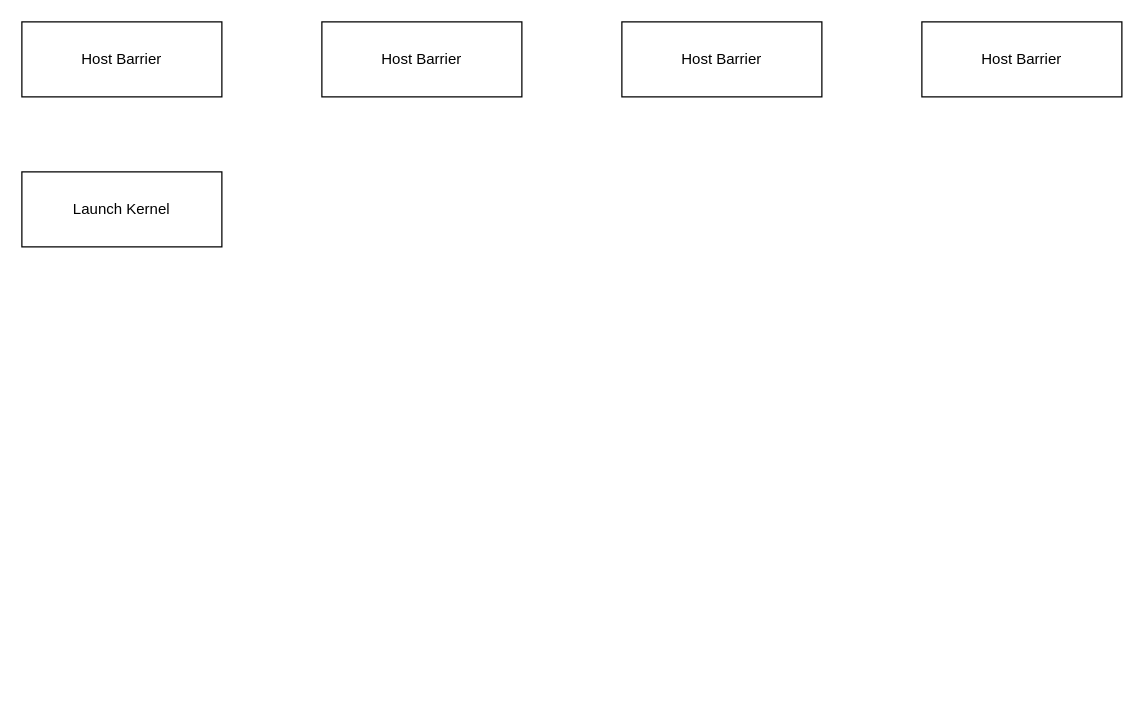
BEYHHH/SBLP keeps this draw.io diagram as Patent/CardAllreudceOnHost.drawio. Above is the earlier version. Source tidied: cells renumbered, new cells numbered last; positions are measured from the earlier drawing's top-left corner, leaving out a move shared by most shapes. Both pictures are drawn from the tidied source at 125%, with x=0, y=0 at pixel (21, 21).
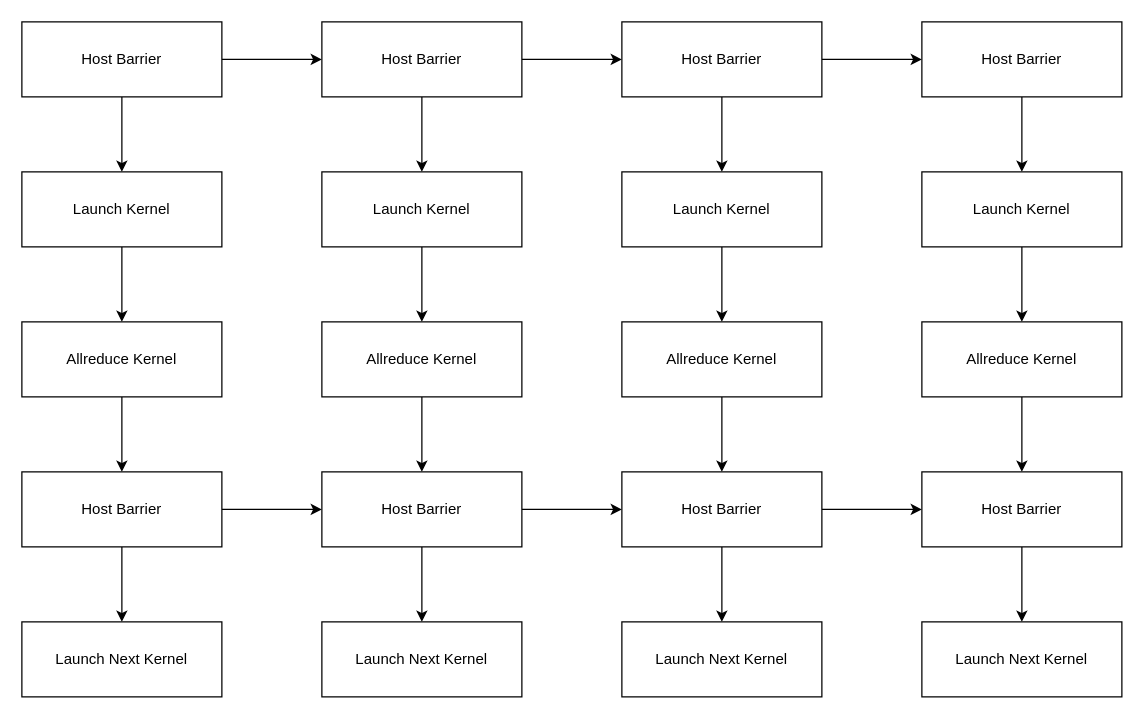
The same diagram, later.

The change refers to these unchanged cells:
```xml
<mxCell id="2" value="Host Barrier" style="rounded=0;whiteSpace=wrap;html=1;" parent="1" vertex="1">
  <mxGeometry width="160" height="60" as="geometry" />
</mxCell>
<mxCell id="6" value="Launch Kernel" style="rounded=0;whiteSpace=wrap;html=1;" parent="1" vertex="1">
  <mxGeometry y="120" width="160" height="60" as="geometry" />
</mxCell>
```

Change to the diagram source:
```diff
@@
+    <mxCell id="7" style="edgeStyle=orthogonalEdgeStyle;rounded=0;jettySize=auto;html=1;" parent="1" edge="1" source="2" target="6">
+      <mxGeometry relative="1" as="geometry" />
+    </mxCell>
+    <mxCell id="8" style="edgeStyle=orthogonalEdgeStyle;rounded=0;jettySize=auto;html=1;" parent="1" edge="1" source="2" target="18">
+      <mxGeometry relative="1" as="geometry" />
+    </mxCell>
@@
-    <mxCell id="3" value="Host Barrier" style="rounded=0;whiteSpace=wrap;html=1;" parent="1" vertex="1">
-      <mxGeometry x="240" width="160" height="60" as="geometry" />
-    </mxCell>
-    <mxCell id="4" value="Host Barrier" style="rounded=0;whiteSpace=wrap;html=1;" parent="1" vertex="1">
-      <mxGeometry x="480" width="160" height="60" as="geometry" />
-    </mxCell>
-    <mxCell id="5" value="Host Barrier" style="rounded=0;whiteSpace=wrap;html=1;" parent="1" vertex="1">
-      <mxGeometry x="720" width="160" height="60" as="geometry" />
-    </mxCell>
+    <mxCell id="9" style="edgeStyle=orthogonalEdgeStyle;rounded=0;jettySize=auto;html=1;" parent="1" edge="1" source="6" target="11">
+      <mxGeometry relative="1" as="geometry" />
+    </mxCell>
@@
+    <mxCell id="10" style="edgeStyle=orthogonalEdgeStyle;rounded=0;jettySize=auto;html=1;" parent="1" edge="1" source="11" target="14">
+      <mxGeometry relative="1" as="geometry" />
+    </mxCell>
+    <mxCell id="11" value="Allreduce Kernel" style="rounded=0;whiteSpace=wrap;html=1;" parent="1" vertex="1">
+      <mxGeometry y="240" width="160" height="60" as="geometry" />
+    </mxCell>
+    <mxCell id="12" style="edgeStyle=orthogonalEdgeStyle;rounded=0;jettySize=auto;html=1;" parent="1" edge="1" source="14" target="15">
+      <mxGeometry relative="1" as="geometry" />
+    </mxCell>
+    <mxCell id="13" style="edgeStyle=orthogonalEdgeStyle;rounded=0;jettySize=auto;html=1;" parent="1" edge="1" source="14" target="25">
+      <mxGeometry relative="1" as="geometry" />
+    </mxCell>
+    <mxCell id="14" value="Host Barrier" style="rounded=0;whiteSpace=wrap;html=1;" parent="1" vertex="1">
+      <mxGeometry y="360" width="160" height="60" as="geometry" />
+    </mxCell>
+    <mxCell id="15" value="Launch Next Kernel" style="rounded=0;whiteSpace=wrap;html=1;" parent="1" vertex="1">
+      <mxGeometry y="480" width="160" height="60" as="geometry" />
+    </mxCell>
+    <mxCell id="16" style="edgeStyle=orthogonalEdgeStyle;rounded=0;jettySize=auto;html=1;" parent="1" edge="1" source="18" target="20">
+      <mxGeometry relative="1" as="geometry" />
+    </mxCell>
+    <mxCell id="17" style="edgeStyle=orthogonalEdgeStyle;rounded=0;jettySize=auto;html=1;" parent="1" edge="1" source="18" target="29">
+      <mxGeometry relative="1" as="geometry" />
+    </mxCell>
+    <mxCell id="18" value="Host Barrier" style="rounded=0;whiteSpace=wrap;html=1;" parent="1" vertex="1">
+      <mxGeometry x="240" width="160" height="60" as="geometry" />
+    </mxCell>
+    <mxCell id="19" style="edgeStyle=orthogonalEdgeStyle;rounded=0;jettySize=auto;html=1;" parent="1" edge="1" source="20" target="22">
+      <mxGeometry relative="1" as="geometry" />
+    </mxCell>
+    <mxCell id="20" value="Launch Kernel" style="rounded=0;whiteSpace=wrap;html=1;" parent="1" vertex="1">
+      <mxGeometry x="240" y="120" width="160" height="60" as="geometry" />
+    </mxCell>
+    <mxCell id="21" style="edgeStyle=orthogonalEdgeStyle;rounded=0;jettySize=auto;html=1;" parent="1" edge="1" source="22" target="25">
+      <mxGeometry relative="1" as="geometry" />
+    </mxCell>
+    <mxCell id="22" value="Allreduce Kernel" style="rounded=0;whiteSpace=wrap;html=1;" parent="1" vertex="1">
+      <mxGeometry x="240" y="240" width="160" height="60" as="geometry" />
+    </mxCell>
+    <mxCell id="23" style="edgeStyle=orthogonalEdgeStyle;rounded=0;jettySize=auto;html=1;" parent="1" edge="1" source="25" target="26">
+      <mxGeometry relative="1" as="geometry" />
+    </mxCell>
+    <mxCell id="24" style="edgeStyle=orthogonalEdgeStyle;rounded=0;jettySize=auto;html=1;" parent="1" edge="1" source="25" target="36">
+      <mxGeometry relative="1" as="geometry" />
+    </mxCell>
+    <mxCell id="25" value="Host Barrier" style="rounded=0;whiteSpace=wrap;html=1;" parent="1" vertex="1">
+      <mxGeometry x="240" y="360" width="160" height="60" as="geometry" />
+    </mxCell>
+    <mxCell id="26" value="Launch Next Kernel" style="rounded=0;whiteSpace=wrap;html=1;" parent="1" vertex="1">
+      <mxGeometry x="240" y="480" width="160" height="60" as="geometry" />
+    </mxCell>
+    <mxCell id="27" style="edgeStyle=orthogonalEdgeStyle;rounded=0;jettySize=auto;html=1;" parent="1" edge="1" source="29" target="31">
+      <mxGeometry relative="1" as="geometry" />
+    </mxCell>
+    <mxCell id="28" style="edgeStyle=orthogonalEdgeStyle;rounded=0;jettySize=auto;html=1;" parent="1" edge="1" source="29" target="39">
+      <mxGeometry relative="1" as="geometry" />
+    </mxCell>
+    <mxCell id="29" value="Host Barrier" style="rounded=0;whiteSpace=wrap;html=1;" parent="1" vertex="1">
+      <mxGeometry x="480" width="160" height="60" as="geometry" />
+    </mxCell>
+    <mxCell id="30" style="edgeStyle=orthogonalEdgeStyle;rounded=0;jettySize=auto;html=1;" parent="1" edge="1" source="31" target="33">
+      <mxGeometry relative="1" as="geometry" />
+    </mxCell>
+    <mxCell id="31" value="Launch Kernel" style="rounded=0;whiteSpace=wrap;html=1;" parent="1" vertex="1">
+      <mxGeometry x="480" y="120" width="160" height="60" as="geometry" />
+    </mxCell>
+    <mxCell id="32" style="edgeStyle=orthogonalEdgeStyle;rounded=0;jettySize=auto;html=1;" parent="1" edge="1" source="33" target="36">
+      <mxGeometry relative="1" as="geometry" />
+    </mxCell>
+    <mxCell id="33" value="Allreduce Kernel" style="rounded=0;whiteSpace=wrap;html=1;" parent="1" vertex="1">
+      <mxGeometry x="480" y="240" width="160" height="60" as="geometry" />
+    </mxCell>
+    <mxCell id="34" style="edgeStyle=orthogonalEdgeStyle;rounded=0;jettySize=auto;html=1;" parent="1" edge="1" source="36" target="37">
+      <mxGeometry relative="1" as="geometry" />
+    </mxCell>
+    <mxCell id="35" style="edgeStyle=orthogonalEdgeStyle;rounded=0;jettySize=auto;html=1;" parent="1" edge="1" source="36" target="45">
+      <mxGeometry relative="1" as="geometry" />
+    </mxCell>
+    <mxCell id="36" value="Host Barrier" style="rounded=0;whiteSpace=wrap;html=1;" parent="1" vertex="1">
+      <mxGeometry x="480" y="360" width="160" height="60" as="geometry" />
+    </mxCell>
+    <mxCell id="37" value="Launch Next Kernel" style="rounded=0;whiteSpace=wrap;html=1;" parent="1" vertex="1">
+      <mxGeometry x="480" y="480" width="160" height="60" as="geometry" />
+    </mxCell>
+    <mxCell id="38" style="edgeStyle=orthogonalEdgeStyle;rounded=0;jettySize=auto;html=1;" parent="1" edge="1" source="39" target="41">
+      <mxGeometry relative="1" as="geometry" />
+    </mxCell>
+    <mxCell id="39" value="Host Barrier" style="rounded=0;whiteSpace=wrap;html=1;" parent="1" vertex="1">
+      <mxGeometry x="720" width="160" height="60" as="geometry" />
+    </mxCell>
+    <mxCell id="40" style="edgeStyle=orthogonalEdgeStyle;rounded=0;jettySize=auto;html=1;" parent="1" edge="1" source="41" target="43">
+      <mxGeometry relative="1" as="geometry" />
+    </mxCell>
+    <mxCell id="41" value="Launch Kernel" style="rounded=0;whiteSpace=wrap;html=1;" parent="1" vertex="1">
+      <mxGeometry x="720" y="120" width="160" height="60" as="geometry" />
+    </mxCell>
+    <mxCell id="42" style="edgeStyle=orthogonalEdgeStyle;rounded=0;jettySize=auto;html=1;" parent="1" edge="1" source="43" target="45">
+      <mxGeometry relative="1" as="geometry" />
+    </mxCell>
+    <mxCell id="43" value="Allreduce Kernel" style="rounded=0;whiteSpace=wrap;html=1;" parent="1" vertex="1">
+      <mxGeometry x="720" y="240" width="160" height="60" as="geometry" />
+    </mxCell>
+    <mxCell id="44" style="edgeStyle=orthogonalEdgeStyle;rounded=0;jettySize=auto;html=1;" parent="1" edge="1" source="45" target="46">
+      <mxGeometry relative="1" as="geometry" />
+    </mxCell>
+    <mxCell id="45" value="Host Barrier" style="rounded=0;whiteSpace=wrap;html=1;" parent="1" vertex="1">
+      <mxGeometry x="720" y="360" width="160" height="60" as="geometry" />
+    </mxCell>
+    <mxCell id="46" value="Launch Next Kernel" style="rounded=0;whiteSpace=wrap;html=1;" parent="1" vertex="1">
+      <mxGeometry x="720" y="480" width="160" height="60" as="geometry" />
+    </mxCell>
```
